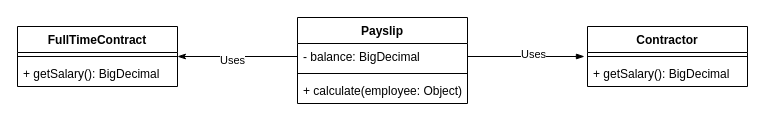
This is page "OCP - before" (3 of 11) of diagrams/solid-diagrams.drawio from mauriciogeneroso/solid-principles, a draw.io file, before an edit. Source tidied: cells renumbered, new cells numbered last; positions are measured from the earlier drawing's top-left corner, leaving out a move shared by most shapes. Both pictures are drawn from the tidied source at 100%, with x=0, y=0 at pixel (17, 17).
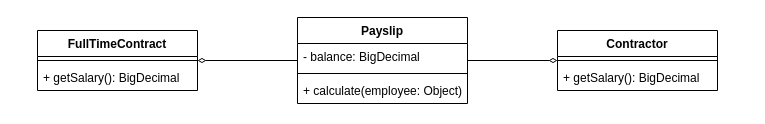
After the change.

The edit, as a diff of the source:
```diff
@@
 <mxGraphModel>
   <root>
     <mxCell id="0" />
     <mxCell id="1" parent="0" />
     <mxCell id="2" value="FullTimeContract" style="swimlane;fontStyle=1;align=center;verticalAlign=top;horizontal=1;startSize=26;" parent="1" vertex="1">
-      <mxGeometry y="9" width="160" height="60" as="geometry" />
+      <mxGeometry x="20" y="13" width="160" height="60" as="geometry" />
     </mxCell>
     <mxCell id="3" style="line;strokeWidth=1;fillColor=none;align=left;verticalAlign=middle;spacingTop=-1;spacingLeft=3;spacingRight=3;labelPosition=right;" parent="2" vertex="1">
       <mxGeometry y="26" width="160" height="8" as="geometry" />
     </mxCell>
     <mxCell id="4" value="+ getSalary(): BigDecimal" style="text;strokeColor=none;fillColor=none;align=left;verticalAlign=top;spacingLeft=4;spacingRight=4;overflow=hidden;" parent="2" vertex="1">
       <mxGeometry y="34" width="160" height="26" as="geometry" />
     </mxCell>
     <mxCell id="5" value="Contractor" style="swimlane;fontStyle=1;align=center;verticalAlign=top;horizontal=1;startSize=26;" parent="1" vertex="1">
-      <mxGeometry x="570" y="9" width="160" height="60" as="geometry" />
+      <mxGeometry x="540" y="13" width="160" height="60" as="geometry" />
     </mxCell>
     <mxCell id="6" style="line;strokeWidth=1;fillColor=none;align=left;verticalAlign=middle;spacingTop=-1;spacingLeft=3;spacingRight=3;labelPosition=right;" parent="5" vertex="1">
       <mxGeometry y="26" width="160" height="8" as="geometry" />
     </mxCell>
     <mxCell id="7" value="+ getSalary(): BigDecimal" style="text;strokeColor=none;fillColor=none;align=left;verticalAlign=top;spacingLeft=4;spacingRight=4;overflow=hidden;points=[[0,0.5],[1,0.5]];portConstraint=eastwest;" parent="5" vertex="1">
       <mxGeometry y="34" width="160" height="26" as="geometry" />
     </mxCell>
+    <mxCell id="16" style="edgeStyle=orthogonalEdgeStyle;rounded=0;jettySize=auto;html=1;endArrow=diamondThin;endFill=0;" parent="1" edge="1" source="8" target="2">
+      <mxGeometry relative="1" as="geometry" />
+    </mxCell>
+    <mxCell id="17" style="edgeStyle=orthogonalEdgeStyle;rounded=0;jettySize=auto;html=1;endArrow=diamondThin;endFill=0;" parent="1" edge="1" source="8" target="5">
+      <mxGeometry relative="1" as="geometry" />
+    </mxCell>
     <mxCell id="8" value="Payslip" style="swimlane;fontStyle=1;align=center;verticalAlign=top;horizontal=1;startSize=26;" parent="1" vertex="1">
       <mxGeometry x="280" width="170" height="86" as="geometry" />
     </mxCell>
     <mxCell id="9" value="- balance: BigDecimal" style="text;strokeColor=none;fillColor=none;align=left;verticalAlign=top;spacingLeft=4;spacingRight=4;overflow=hidden;points=[[0,0.5],[1,0.5]];portConstraint=eastwest;" parent="8" vertex="1">
       <mxGeometry y="26" width="170" height="26" as="geometry" />
     </mxCell>
     <mxCell id="10" style="line;strokeWidth=1;fillColor=none;align=left;verticalAlign=middle;spacingTop=-1;spacingLeft=3;spacingRight=3;labelPosition=right;" parent="8" vertex="1">
       <mxGeometry y="52" width="170" height="8" as="geometry" />
     </mxCell>
     <mxCell id="11" value="+ calculate(employee: Object)" style="text;strokeColor=none;fillColor=none;align=left;verticalAlign=top;spacingLeft=4;spacingRight=4;overflow=hidden;" parent="8" vertex="1">
       <mxGeometry y="60" width="170" height="26" as="geometry" />
     </mxCell>
-    <mxCell id="12" style="edgeStyle=orthogonalEdgeStyle;rounded=0;jettySize=auto;html=1;entryX=1;entryY=0.5;entryDx=0;entryDy=0;endArrow=classicThin;endFill=1;strokeColor=default;" parent="1" edge="1" source="9" target="2">
-      <mxGeometry relative="1" as="geometry" />
-    </mxCell>
-    <mxCell id="13" value="Uses" style="edgeLabel;html=1;align=center;verticalAlign=middle;" parent="12" vertex="1">
-      <mxGeometry x="0.1" y="3" relative="1" as="geometry" />
-    </mxCell>
-    <mxCell id="14" style="edgeStyle=orthogonalEdgeStyle;rounded=0;jettySize=auto;html=1;entryX=-0.019;entryY=-0.154;entryDx=0;entryDy=0;entryPerimeter=0;endArrow=blockThin;endFill=1;strokeColor=default;" parent="1" edge="1" source="9" target="7">
-      <mxGeometry relative="1" as="geometry" />
-    </mxCell>
-    <mxCell id="15" value="Uses" style="edgeLabel;html=1;align=center;verticalAlign=middle;" parent="14" vertex="1">
-      <mxGeometry x="0.11" y="2" relative="1" as="geometry" />
-    </mxCell>
   </root>
 </mxGraphModel>
```
